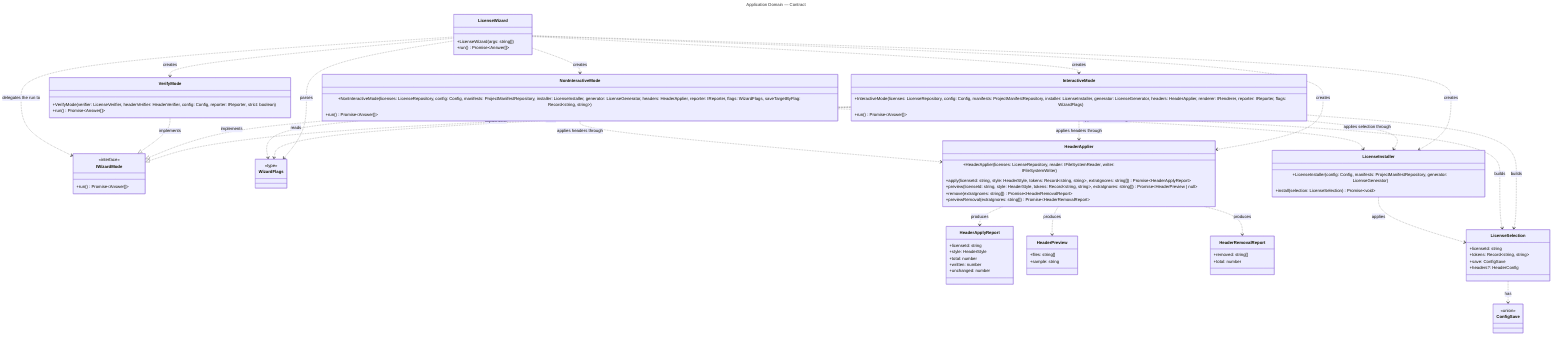
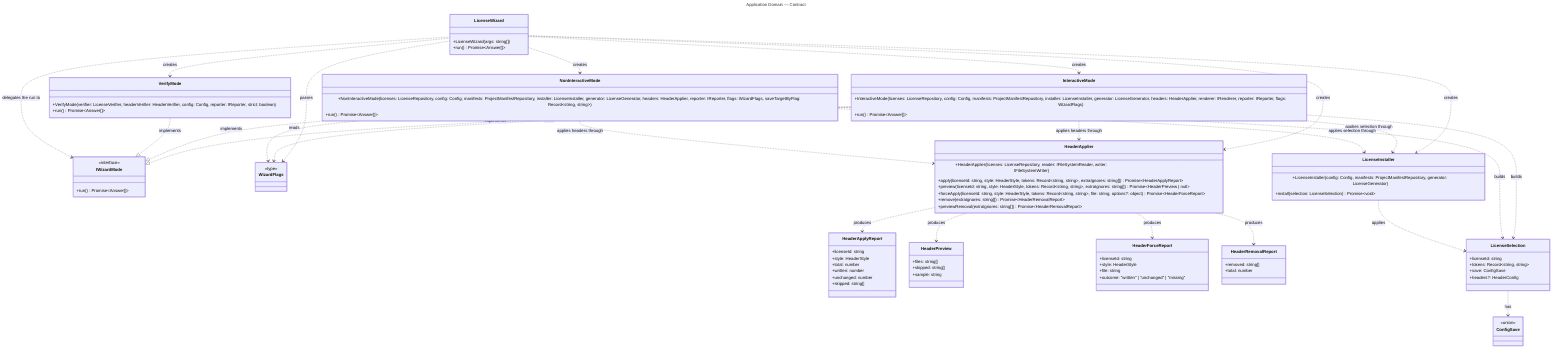
---
title: Application Domain — Contract
---
classDiagram
  direction TB

  %% Domain: Application (src root + src/modes)
  %% Focused per-domain view extracted from ../class-diagram.mmd.
  %% Shows ONLY Application-domain classes and their intra-domain relationships.
  %% Cross-domain relationships (to CLI, Licensing, Configuration, Headers, Verify)
  %% are intentionally omitted — see ../class-diagram.mmd for the full picture.
  %%
  %% LicenseWizard is the bootstrap / composition root and the mode router: it
  %% wires the shared graph together and delegates each run to one of the three
  %% modes through the IWizardMode contract. Most of its (and the modes')
  %% relationships point outward into other domains and so do not appear here.

  class LicenseWizard {
    +LicenseWizard(args: string[])
    +run() Promise~Answer[]~
  }

  class IWizardMode {
    <<interface>>
    +run() Promise~Answer[]~
  }

  class InteractiveMode {
    +InteractiveMode(licenses: LicenseRepository, config: Config, manifests: ProjectManifestRepository, installer: LicenseInstaller, generator: LicenseGenerator, headers: HeaderApplier, renderer: IRenderer, reporter: IReporter, flags: WizardFlags)
    +run() Promise~Answer[]~
  }

  class NonInteractiveMode {
    +NonInteractiveMode(licenses: LicenseRepository, config: Config, manifests: ProjectManifestRepository, installer: LicenseInstaller, generator: LicenseGenerator, headers: HeaderApplier, reporter: IReporter, flags: WizardFlags, saveTargetByFlag: Record~string, string~)
    +run() Promise~Answer[]~
  }

  class VerifyMode {
    +VerifyMode(verifier: LicenseVerifier, headerVerifier: HeaderVerifier, config: Config, reporter: IReporter, strict: boolean)
    +run() Promise~Answer[]~
  }

  class WizardFlags {
    <<type>>
  }

  class LicenseInstaller {
    +LicenseInstaller(config: Config, manifests: ProjectManifestRepository, generator: LicenseGenerator)
    +install(selection: LicenseSelection) Promise~void~
  }

  class HeaderApplier {
    +HeaderApplier(licenses: LicenseRepository, reader: IFileSystemReader, writer: IFileSystemWriter)
    +apply(licenseId: string, style: HeaderStyle, tokens: Record~string, string~, extraIgnores: string[]) Promise~HeaderApplyReport~
    +preview(licenseId: string, style: HeaderStyle, tokens: Record~string, string~, extraIgnores: string[]) Promise~HeaderPreview | null~
+     +forceApply(licenseId: string, style: HeaderStyle, tokens: Record~string, string~, file: string, options?: object) Promise~HeaderForceReport~
    +remove(extraIgnores: string[]) Promise~HeaderRemovalReport~
    +previewRemoval(extraIgnores: string[]) Promise~HeaderRemovalReport~
  }

  class HeaderApplyReport {
    +licenseId: string
    +style: HeaderStyle
    +total: number
    +written: number
    +unchanged: number
+     +skipped: string[]
  }

  class HeaderPreview {
    +files: string[]
+     +skipped: string[]
    +sample: string
+   }
+ 
+   class HeaderForceReport {
+     +licenseId: string
+     +style: HeaderStyle
+     +file: string
+     +outcome: "written" | "unchanged" | "missing"
  }

  class HeaderRemovalReport {
    +removed: string[]
    +total: number
  }

  class LicenseSelection {
    +licenseId: string
    +tokens: Record~string, string~
    +save: ConfigSave
    +headers?: HeaderConfig
  }

  class ConfigSave {
    <<union>>
  }

  InteractiveMode ..|> IWizardMode : implements
  NonInteractiveMode ..|> IWizardMode : implements
  VerifyMode ..|> IWizardMode : implements

  LicenseWizard ..> IWizardMode : delegates the run to
  LicenseWizard ..> InteractiveMode : creates
  LicenseWizard ..> NonInteractiveMode : creates
  LicenseWizard ..> VerifyMode : creates
  LicenseWizard ..> LicenseInstaller : creates
  LicenseWizard ..> HeaderApplier : creates
  LicenseWizard ..> WizardFlags : parses

  InteractiveMode ..> LicenseInstaller : applies selection through
  NonInteractiveMode ..> LicenseInstaller : applies selection through
  InteractiveMode ..> HeaderApplier : applies headers through
  NonInteractiveMode ..> HeaderApplier : applies headers through
  InteractiveMode ..> LicenseSelection : builds
  NonInteractiveMode ..> LicenseSelection : builds
  InteractiveMode ..> WizardFlags : reads
  NonInteractiveMode ..> WizardFlags : reads

  LicenseInstaller ..> LicenseSelection : applies
  LicenseSelection ..> ConfigSave : has
  HeaderApplier ..> HeaderApplyReport : produces
  HeaderApplier ..> HeaderPreview : produces
+   HeaderApplier ..> HeaderForceReport : produces
  HeaderApplier ..> HeaderRemovalReport : produces
